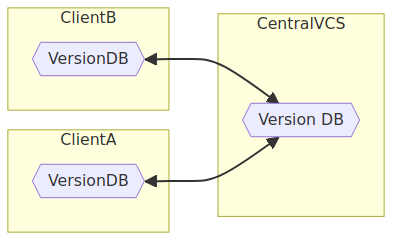
This is _images/mermaid/decentral-vcs.mmd.png from NETWAYS/gitlab-training, a Mermaid export, as it was before one commit. Its source is kept beside it as _images/mermaid/decentral-vcs.mmd. The source it was exported from:
```mermaid
graph RL
    subgraph CentralVCS
    C{{Version DB}}
    end
    C <--> A
    C <--> B
    subgraph ClientA
    A{{VersionDB}}
    end
    subgraph ClientB
    B{{VersionDB}}
    end
```
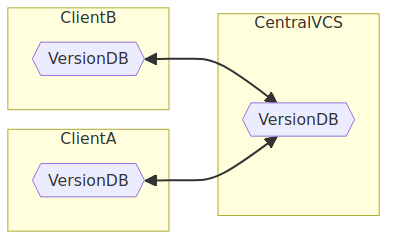
Above is the later version.

Commit message:
Normalize VersionDB naming on images

Change to the diagram source:
```diff
@@ -1,6 +1,6 @@
 graph RL
     subgraph CentralVCS
-    C{{Version DB}}
+    C{{VersionDB}}
     end
     C <--> A
     C <--> B
```
